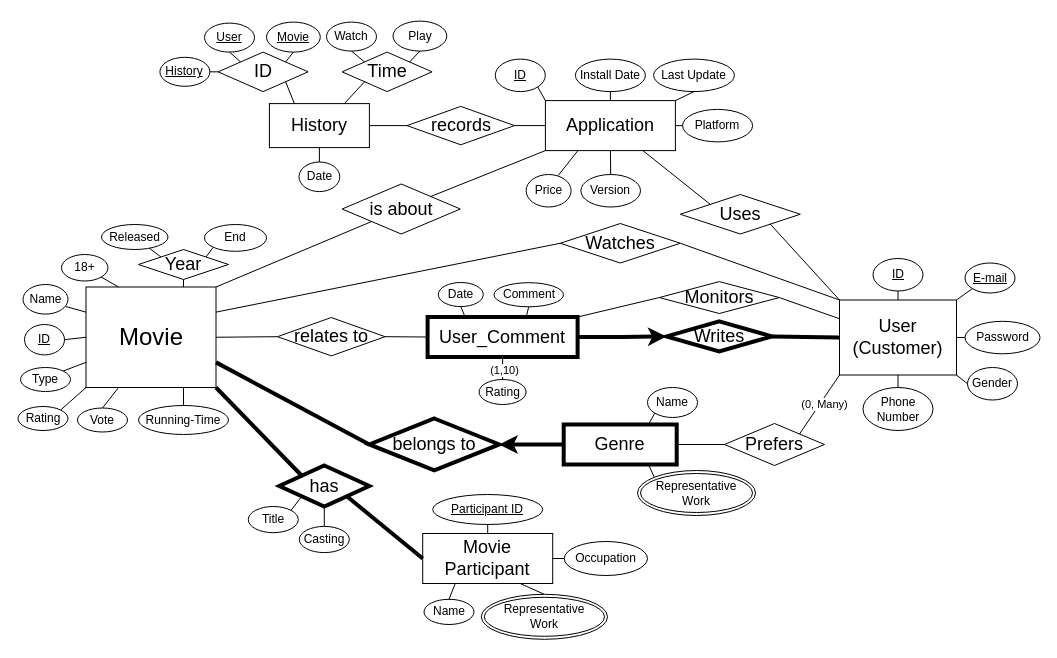
Earlier version of the draw.io diagram page "ER" (1 of 2) of Assignment1_ER_Modeling/Movie.drawio (hjpark83/DBMS). Source tidied: cells renumbered, new cells numbered last; positions are measured from the earlier drawing's top-left corner, leaving out a move shared by most shapes. Both pictures are drawn from the tidied source at 100%, with x=0, y=0 at pixel (17, 21).
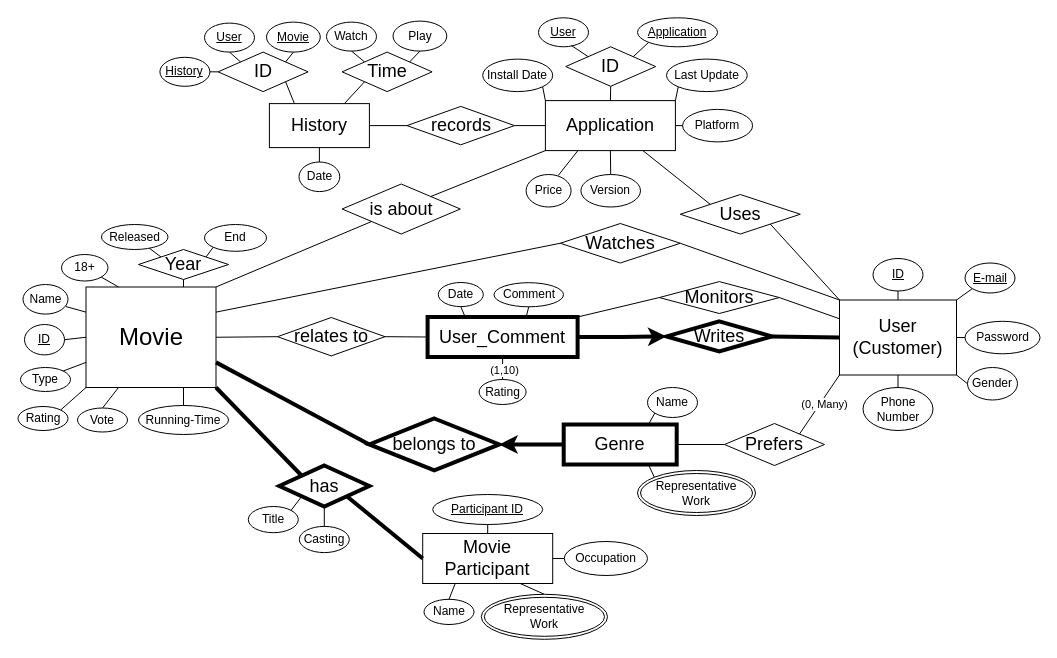
Above is the later version.

The change refers to these unchanged cells:
```xml
<mxCell id="102" value="&lt;span style=&quot;font-size: 18px;&quot;&gt;Application&lt;/span&gt;" style="whiteSpace=wrap;html=1;align=center;rounded=0;" parent="1" vertex="1">
  <mxGeometry x="527.9" y="79.1" width="130" height="50" as="geometry" />
</mxCell>
```

The edit, as a diff of the source:
```diff
@@
-    <mxCell id="103" value="&lt;u&gt;ID&lt;/u&gt;" style="ellipse;whiteSpace=wrap;html=1;align=center;rounded=1;" parent="1" vertex="1">
-      <mxGeometry x="477.8" y="37.6" width="50" height="32.5" as="geometry" />
-    </mxCell>
-    <mxCell id="104" style="endArrow=none;html=1;rounded=1;exitX=1;exitY=1;exitDx=0;exitDy=0;entryX=0;entryY=0;entryDx=0;entryDy=0;" parent="1" edge="1" source="103" target="102">
+    <mxCell id="104" style="endArrow=none;html=1;rounded=1;exitX=1;exitY=1;exitDx=0;exitDy=0;entryX=0;entryY=0;entryDx=0;entryDy=0;" parent="1" edge="1" source="105" target="102">
       <mxGeometry relative="1" as="geometry" />
     </mxCell>
     <mxCell id="105" value="Install Date" style="ellipse;whiteSpace=wrap;html=1;align=center;rounded=1;" parent="1" vertex="1">
-      <mxGeometry x="557.9" y="37.6" width="70" height="32.5" as="geometry" />
+      <mxGeometry x="465.2" y="37.6" width="70" height="32.5" as="geometry" />
     </mxCell>
     <mxCell id="106" value="Last Update" style="ellipse;whiteSpace=wrap;html=1;align=center;rounded=1;" parent="1" vertex="1">
-      <mxGeometry x="636.1" y="37.6" width="80.8" height="32.5" as="geometry" />
+      <mxGeometry x="649" y="37.6" width="80.8" height="32.5" as="geometry" />
     </mxCell>
@@
-    <mxCell id="109" style="endArrow=none;html=1;rounded=1;exitX=0.5;exitY=1;exitDx=0;exitDy=0;entryX=0.5;entryY=0;entryDx=0;entryDy=0;" parent="1" edge="1" source="105" target="102">
+    <mxCell id="109" style="endArrow=none;html=1;rounded=1;entryX=0.5;entryY=0;entryDx=0;entryDy=0;exitX=0.5;exitY=1;exitDx=0;exitDy=0;" parent="1" edge="1" source="103" target="102">
       <mxGeometry relative="1" as="geometry" />
     </mxCell>
-    <mxCell id="110" style="endArrow=none;html=1;rounded=1;exitX=0.5;exitY=1;exitDx=0;exitDy=0;entryX=1;entryY=0;entryDx=0;entryDy=0;" parent="1" edge="1" source="106" target="102">
+    <mxCell id="110" style="endArrow=none;html=1;rounded=1;exitX=0;exitY=1;exitDx=0;exitDy=0;entryX=1;entryY=0;entryDx=0;entryDy=0;" parent="1" edge="1" source="106" target="102">
       <mxGeometry relative="1" as="geometry" />
     </mxCell>
@@
+    <mxCell id="103" value="&lt;span style=&quot;font-size: 18px;&quot;&gt;ID&lt;/span&gt;" style="shape=rhombus;perimeter=rhombusPerimeter;whiteSpace=wrap;html=1;align=center;rounded=0;" parent="1" vertex="1">
+      <mxGeometry x="548.2" y="25.3" width="90" height="39.5" as="geometry" />
+    </mxCell>
+    <mxCell id="121" value="&lt;u&gt;User&lt;/u&gt;" style="ellipse;whiteSpace=wrap;html=1;align=center;rounded=1;" parent="1" vertex="1">
+      <mxGeometry x="521" y="-3.7" width="50" height="29" as="geometry" />
+    </mxCell>
+    <mxCell id="122" value="&lt;u&gt;Application&lt;/u&gt;" style="ellipse;whiteSpace=wrap;html=1;align=center;rounded=1;" parent="1" vertex="1">
+      <mxGeometry x="620" y="-3.7" width="80" height="29" as="geometry" />
+    </mxCell>
+    <mxCell id="123" style="endArrow=none;html=1;rounded=1;entryX=0.66;entryY=0.958;entryDx=0;entryDy=0;exitX=0;exitY=0;exitDx=0;exitDy=0;entryPerimeter=0;" parent="1" edge="1" source="103" target="121">
+      <mxGeometry relative="1" as="geometry" />
+    </mxCell>
+    <mxCell id="124" style="endArrow=none;html=1;rounded=1;entryX=1;entryY=0;entryDx=0;entryDy=0;exitX=0;exitY=1;exitDx=0;exitDy=0;" parent="1" edge="1" source="122" target="103">
+      <mxGeometry relative="1" as="geometry" />
+    </mxCell>
```
